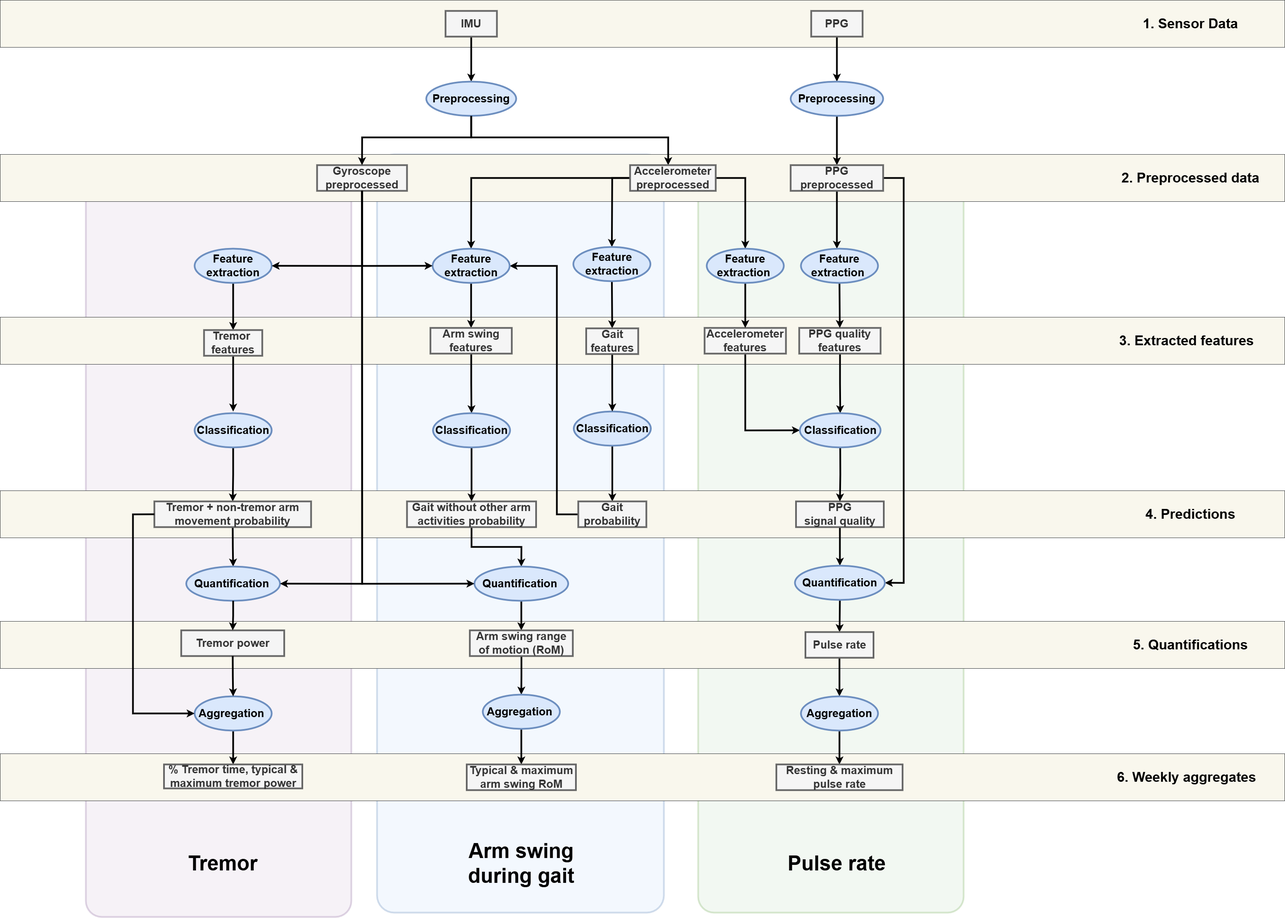
biomarkersParkinson/paradigma keeps this draw.io diagram as docs/source/_static/img/pipeline-architecture.png. Above is the earlier version. Source tidied: cells renumbered, new cells last; positions are measured from the earlier drawing's top-left corner, leaving out a move shared by most shapes.
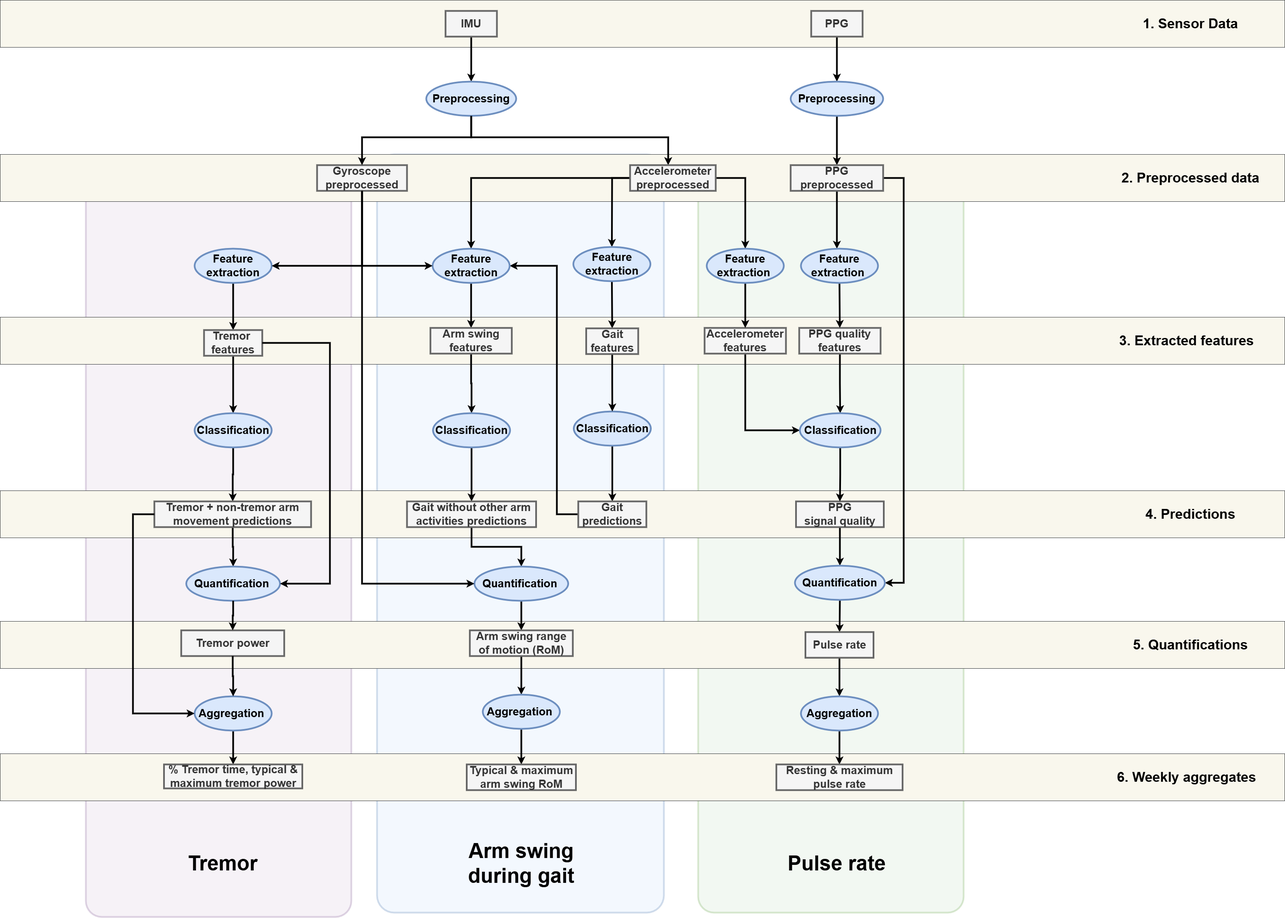
Above is the later version.

Commit message:
Change probability to predictions and update arrows in tremor pipeline

Change to the diagram source:
```diff
@@ -134,7 +134,7 @@
         </Array>
       </mxGeometry>
     </mxCell>
-    <mxCell id="37" value="Gait &lt;br&gt;probability" style="rounded=0;whiteSpace=wrap;html=1;fontSize=26;fillColor=#f5f5f5;strokeColor=#666666;fontStyle=1;strokeWidth=4;fontColor=#333333;" parent="1" vertex="1">
+    <mxCell id="37" value="Gait &lt;br&gt;predictions" style="rounded=0;whiteSpace=wrap;html=1;fontSize=26;fillColor=#f5f5f5;strokeColor=#666666;fontStyle=1;strokeWidth=4;fontColor=#333333;" parent="1" vertex="1">
       <mxGeometry x="1350" y="1170" width="159" height="60" as="geometry" />
     </mxCell>
     <mxCell id="38" style="rounded=0;jettySize=auto;html=1;exitX=0.5;exitY=1;exitDx=0;exitDy=0;entryX=0.5;entryY=0;entryDx=0;entryDy=0;strokeWidth=4;fillColor=#dae8fc;strokeColor=#000000;fontStyle=1;" parent="1" edge="1" source="39" target="73">
@@ -192,7 +192,7 @@
     <mxCell id="54" style="edgeStyle=orthogonalEdgeStyle;rounded=0;jettySize=auto;html=1;exitX=0.5;exitY=1;exitDx=0;exitDy=0;entryX=0.5;entryY=0;entryDx=0;entryDy=0;strokeWidth=4;" parent="1" edge="1" source="55" target="57">
       <mxGeometry relative="1" as="geometry" />
     </mxCell>
-    <mxCell id="55" value="Gait without other arm activities probability" style="rounded=0;whiteSpace=wrap;html=1;fontSize=26;fillColor=#f5f5f5;strokeColor=#666666;fontStyle=1;strokeWidth=4;fontColor=#333333;" parent="1" vertex="1">
+    <mxCell id="55" value="Gait without other arm activities predictions" style="rounded=0;whiteSpace=wrap;html=1;fontSize=26;fillColor=#f5f5f5;strokeColor=#666666;fontStyle=1;strokeWidth=4;fontColor=#333333;" parent="1" vertex="1">
       <mxGeometry x="950" y="1170" width="301.5" height="60" as="geometry" />
     </mxCell>
     <mxCell id="56" style="edgeStyle=orthogonalEdgeStyle;rounded=0;jettySize=auto;html=1;exitX=0.5;exitY=1;exitDx=0;exitDy=0;entryX=0.5;entryY=0;entryDx=0;entryDy=0;strokeWidth=4;" parent="1" edge="1" source="57" target="59">
@@ -263,7 +263,7 @@
     <mxCell id="76" style="edgeStyle=orthogonalEdgeStyle;rounded=0;jettySize=auto;html=1;exitX=0.5;exitY=1;exitDx=0;exitDy=0;strokeWidth=4;fontStyle=1;entryX=0.5;entryY=0;entryDx=0;entryDy=0;" parent="1" edge="1" source="77" target="94">
       <mxGeometry relative="1" as="geometry" />
     </mxCell>
-    <mxCell id="77" value="Tremor + non-tremor arm movement probability" style="rounded=0;whiteSpace=wrap;html=1;fontSize=26;fillColor=#f5f5f5;strokeColor=#666666;fontStyle=1;strokeWidth=4;fontColor=#333333;" parent="1" vertex="1">
+    <mxCell id="77" value="Tremor + non-tremor arm movement predictions" style="rounded=0;whiteSpace=wrap;html=1;fontSize=26;fillColor=#f5f5f5;strokeColor=#666666;fontStyle=1;strokeWidth=4;fontColor=#333333;" parent="1" vertex="1">
       <mxGeometry x="360" y="1170" width="366" height="60" as="geometry" />
     </mxCell>
     <mxCell id="78" style="edgeStyle=orthogonalEdgeStyle;rounded=0;jettySize=auto;html=1;exitX=0.5;exitY=1;exitDx=0;exitDy=0;entryX=0.5;entryY=0;entryDx=0;entryDy=0;strokeWidth=4;fontStyle=1;" parent="1" edge="1" source="79" target="80">
@@ -320,8 +320,13 @@
     <mxCell id="95" style="edgeStyle=orthogonalEdgeStyle;rounded=0;jettySize=auto;html=1;exitX=0.5;exitY=1;exitDx=0;exitDy=0;strokeWidth=4;fontStyle=1;entryX=0.5;entryY=0;entryDx=0;entryDy=0;" parent="1" edge="1" source="94" target="92">
       <mxGeometry relative="1" as="geometry" />
     </mxCell>
-    <mxCell id="96" style="edgeStyle=orthogonalEdgeStyle;rounded=0;jettySize=auto;html=1;strokeWidth=4;fontStyle=1;entryX=1;entryY=0.5;entryDx=0;entryDy=0;exitX=0.5;exitY=1;exitDx=0;exitDy=0;" parent="1" edge="1" source="66" target="94">
-      <mxGeometry relative="1" as="geometry" />
+    <mxCell id="96" style="edgeStyle=orthogonalEdgeStyle;rounded=0;jettySize=auto;html=1;strokeWidth=4;fontStyle=1;entryX=1;entryY=0.5;entryDx=0;entryDy=0;exitX=1;exitY=0.5;exitDx=0;exitDy=0;" parent="1" edge="1" source="71" target="94">
+      <mxGeometry relative="1" as="geometry">
+        <Array as="points">
+          <mxPoint x="770" y="800" />
+          <mxPoint x="770" y="1362" />
+        </Array>
+      </mxGeometry>
     </mxCell>
     <mxCell id="97" style="edgeStyle=orthogonalEdgeStyle;rounded=0;jettySize=auto;html=1;exitX=0.5;exitY=1;exitDx=0;exitDy=0;entryX=0.5;entryY=0;entryDx=0;entryDy=0;strokeWidth=4;fontStyle=1;" parent="1" edge="1" source="18" target="66">
       <mxGeometry relative="1" as="geometry">
```
